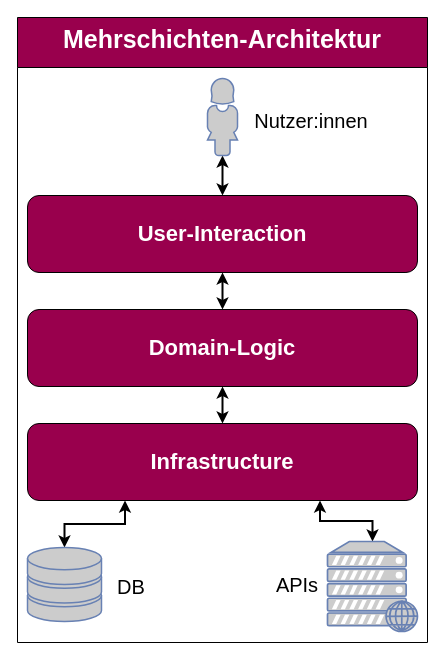
The draw.io diagram page "Mehrschichten Architektur" (5 of 7) of Parlivote.Shared/Documentation/Untitled Diagram.drawio in schnickalodeon/Parlivote, before the edit. Source tidied: cells renumbered, new cells numbered last; positions are measured from the earlier drawing's top-left corner, leaving out a move shared by most shapes. Both pictures are drawn from the tidied source at 100%, with x=0, y=0 at pixel (17, 17).
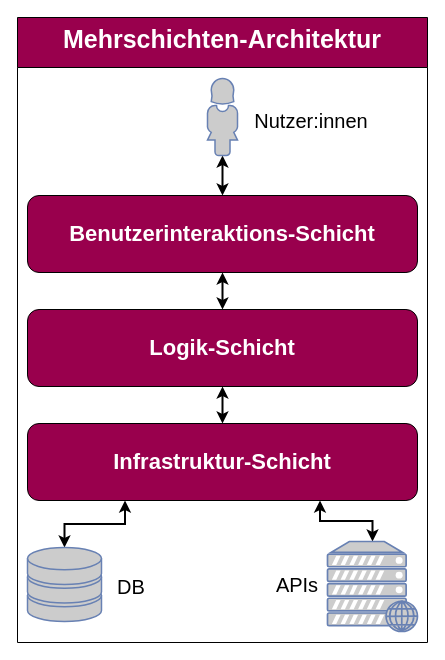
The same diagram, later.

Diff of the diagram source:
```diff
@@
 <mxGraphModel>
   <root>
     <mxCell id="0" />
     <mxCell id="1" parent="0" />
     <mxCell id="2" value="Mehrschichten-Architektur" style="swimlane;fontSize=25;fontColor=#FFFFFF;strokeColor=#000000;strokeWidth=1;fillColor=#99004D;startSize=50;verticalAlign=top;" parent="1" vertex="1">
       <mxGeometry width="410" height="625" as="geometry" />
     </mxCell>
     <mxCell id="3" style="edgeStyle=orthogonalEdgeStyle;rounded=0;jettySize=auto;html=1;exitX=0.5;exitY=1;exitDx=0;exitDy=0;fontSize=20;fontColor=none;startArrow=classic;startFill=1;strokeColor=#000000;strokeWidth=2;" parent="2" edge="1" source="4" target="9">
       <mxGeometry relative="1" as="geometry" />
     </mxCell>
-    <mxCell id="4" value="&lt;font style=&quot;font-size: 22px;&quot;&gt;&lt;b&gt;User-Interaction&lt;/b&gt;&lt;/font&gt;" style="rounded=1;whiteSpace=wrap;html=1;fontSize=13;fontColor=#FFFFFF;strokeColor=#000000;strokeWidth=1;fillColor=#99004D;" parent="2" vertex="1">
+    <mxCell id="4" value="&lt;font style=&quot;font-size: 22px;&quot;&gt;&lt;b&gt;Benutzerinteraktions-Schicht&lt;/b&gt;&lt;/font&gt;" style="rounded=1;whiteSpace=wrap;html=1;fontSize=13;fontColor=#FFFFFF;strokeColor=#000000;strokeWidth=1;fillColor=#99004D;" parent="2" vertex="1">
       <mxGeometry x="10" y="178" width="390" height="77" as="geometry" />
     </mxCell>
     <mxCell id="5" style="edgeStyle=orthogonalEdgeStyle;rounded=0;jettySize=auto;html=1;exitX=0.25;exitY=1;exitDx=0;exitDy=0;fontSize=20;fontColor=none;startArrow=classic;startFill=1;strokeColor=#000000;strokeWidth=2;" parent="2" edge="1" source="7" target="10">
       <mxGeometry relative="1" as="geometry" />
     </mxCell>
     <mxCell id="6" style="edgeStyle=orthogonalEdgeStyle;rounded=0;jettySize=auto;html=1;exitX=0.75;exitY=1;exitDx=0;exitDy=0;fontSize=20;fontColor=none;startArrow=classic;startFill=1;strokeColor=#000000;strokeWidth=2;" parent="2" edge="1" source="7" target="11">
       <mxGeometry relative="1" as="geometry" />
     </mxCell>
-    <mxCell id="7" value="&lt;font style=&quot;font-size: 22px;&quot;&gt;&lt;b&gt;Infrastructure&lt;/b&gt;&lt;/font&gt;" style="rounded=1;whiteSpace=wrap;html=1;fontSize=13;fontColor=#FFFFFF;strokeColor=#000000;strokeWidth=1;fillColor=#99004D;" parent="2" vertex="1">
+    <mxCell id="7" value="&lt;font style=&quot;font-size: 22px;&quot;&gt;&lt;b&gt;Infrastruktur-Schicht&lt;/b&gt;&lt;/font&gt;" style="rounded=1;whiteSpace=wrap;html=1;fontSize=13;fontColor=#FFFFFF;strokeColor=#000000;strokeWidth=1;fillColor=#99004D;" parent="2" vertex="1">
       <mxGeometry x="10" y="406" width="390" height="77" as="geometry" />
     </mxCell>
     <mxCell id="8" style="edgeStyle=orthogonalEdgeStyle;rounded=0;jettySize=auto;html=1;exitX=0.5;exitY=1;exitDx=0;exitDy=0;entryX=0.5;entryY=0;entryDx=0;entryDy=0;fontSize=20;fontColor=none;startArrow=classic;startFill=1;strokeColor=#000000;strokeWidth=2;" parent="2" edge="1" source="9" target="7">
       <mxGeometry relative="1" as="geometry" />
     </mxCell>
-    <mxCell id="9" value="&lt;font style=&quot;font-size: 22px;&quot;&gt;&lt;b&gt;Domain-Logic&lt;/b&gt;&lt;/font&gt;" style="rounded=1;whiteSpace=wrap;html=1;fontSize=13;fontColor=#FFFFFF;strokeColor=#000000;strokeWidth=1;fillColor=#99004D;" parent="2" vertex="1">
+    <mxCell id="9" value="&lt;font style=&quot;font-size: 22px;&quot;&gt;&lt;b&gt;Logik-Schicht&lt;/b&gt;&lt;/font&gt;" style="rounded=1;whiteSpace=wrap;html=1;fontSize=13;fontColor=#FFFFFF;strokeColor=#000000;strokeWidth=1;fillColor=#99004D;" parent="2" vertex="1">
       <mxGeometry x="10" y="292" width="390" height="77" as="geometry" />
     </mxCell>
     <mxCell id="10" style="fontColor=#0066CC;verticalAlign=top;verticalLabelPosition=bottom;labelPosition=center;align=center;html=1;outlineConnect=0;fillColor=#CCCCCC;strokeColor=#6881B3;gradientColor=none;gradientDirection=north;strokeWidth=2;shape=mxgraph.networks.storage;labelBackgroundColor=none;fontSize=20;" parent="2" vertex="1">
       <mxGeometry x="10" y="530" width="74" height="74" as="geometry" />
     </mxCell>
     <mxCell id="11" style="fontColor=#0066CC;verticalAlign=top;verticalLabelPosition=bottom;labelPosition=center;align=center;html=1;outlineConnect=0;fillColor=#CCCCCC;strokeColor=#6881B3;gradientColor=none;gradientDirection=north;strokeWidth=2;shape=mxgraph.networks.web_server;labelBackgroundColor=none;fontSize=20;" parent="2" vertex="1">
       <mxGeometry x="310" y="524" width="90" height="90" as="geometry" />
     </mxCell>
     <mxCell id="12" style="edgeStyle=orthogonalEdgeStyle;rounded=0;jettySize=auto;html=1;fontSize=20;fontColor=none;startArrow=classic;startFill=1;strokeColor=#000000;strokeWidth=2;" parent="2" edge="1" source="13" target="4">
       <mxGeometry relative="1" as="geometry" />
     </mxCell>
     <mxCell id="13" style="fontColor=#0066CC;verticalAlign=top;verticalLabelPosition=bottom;labelPosition=center;align=center;html=1;outlineConnect=0;fillColor=#CCCCCC;strokeColor=#6881B3;gradientColor=none;gradientDirection=north;strokeWidth=2;shape=mxgraph.networks.user_female;labelBackgroundColor=none;fontSize=20;" parent="2" vertex="1">
       <mxGeometry x="189.6" y="61" width="30.8" height="77" as="geometry" />
     </mxCell>
     <mxCell id="14" value="DB" style="text;html=1;strokeColor=none;fillColor=none;align=center;verticalAlign=middle;whiteSpace=wrap;rounded=0;labelBackgroundColor=none;fontSize=20;fontColor=none;" parent="2" vertex="1">
       <mxGeometry x="84" y="554" width="60" height="30" as="geometry" />
     </mxCell>
     <mxCell id="15" value="APIs" style="text;html=1;strokeColor=none;fillColor=none;align=center;verticalAlign=middle;whiteSpace=wrap;rounded=0;labelBackgroundColor=none;fontSize=20;fontColor=none;" parent="2" vertex="1">
       <mxGeometry x="250" y="552" width="60" height="30" as="geometry" />
     </mxCell>
     <mxCell id="16" value="Nutzer:innen" style="text;html=1;strokeColor=none;fillColor=none;align=center;verticalAlign=middle;whiteSpace=wrap;rounded=0;labelBackgroundColor=none;fontSize=20;fontColor=none;" parent="2" vertex="1">
       <mxGeometry x="232" y="88" width="124" height="30" as="geometry" />
     </mxCell>
   </root>
 </mxGraphModel>
```
